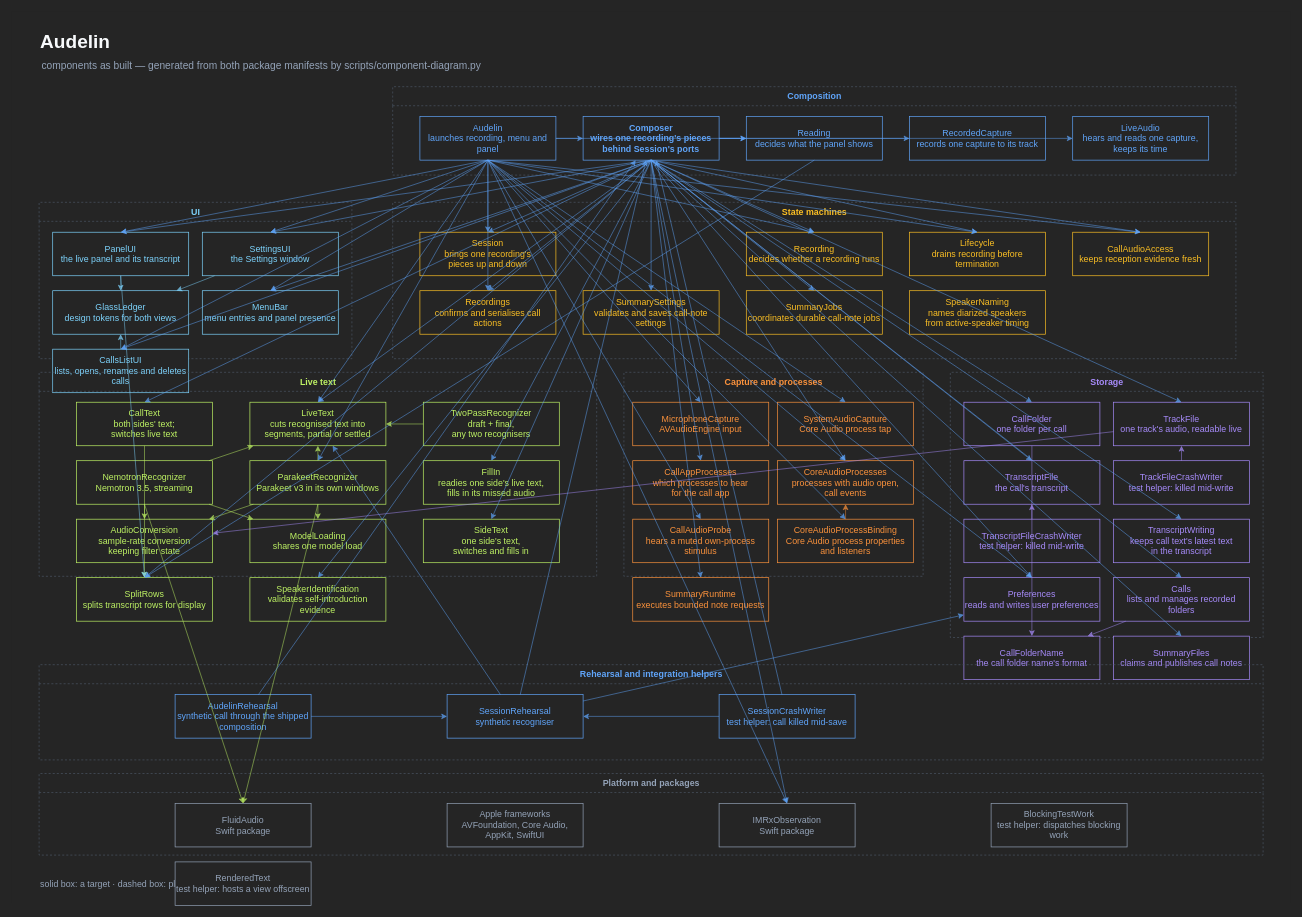
The draw.io diagram audelin/docs/live-text.drawio in igor1309/ai-labs, before the edit. Source tidied: cells renumbered, new cells numbered last; positions are measured from the earlier drawing's top-left corner, leaving out a move shared by most shapes. Both pictures are drawn from the tidied source at 68%, with x=0, y=0 at pixel (12, 12).
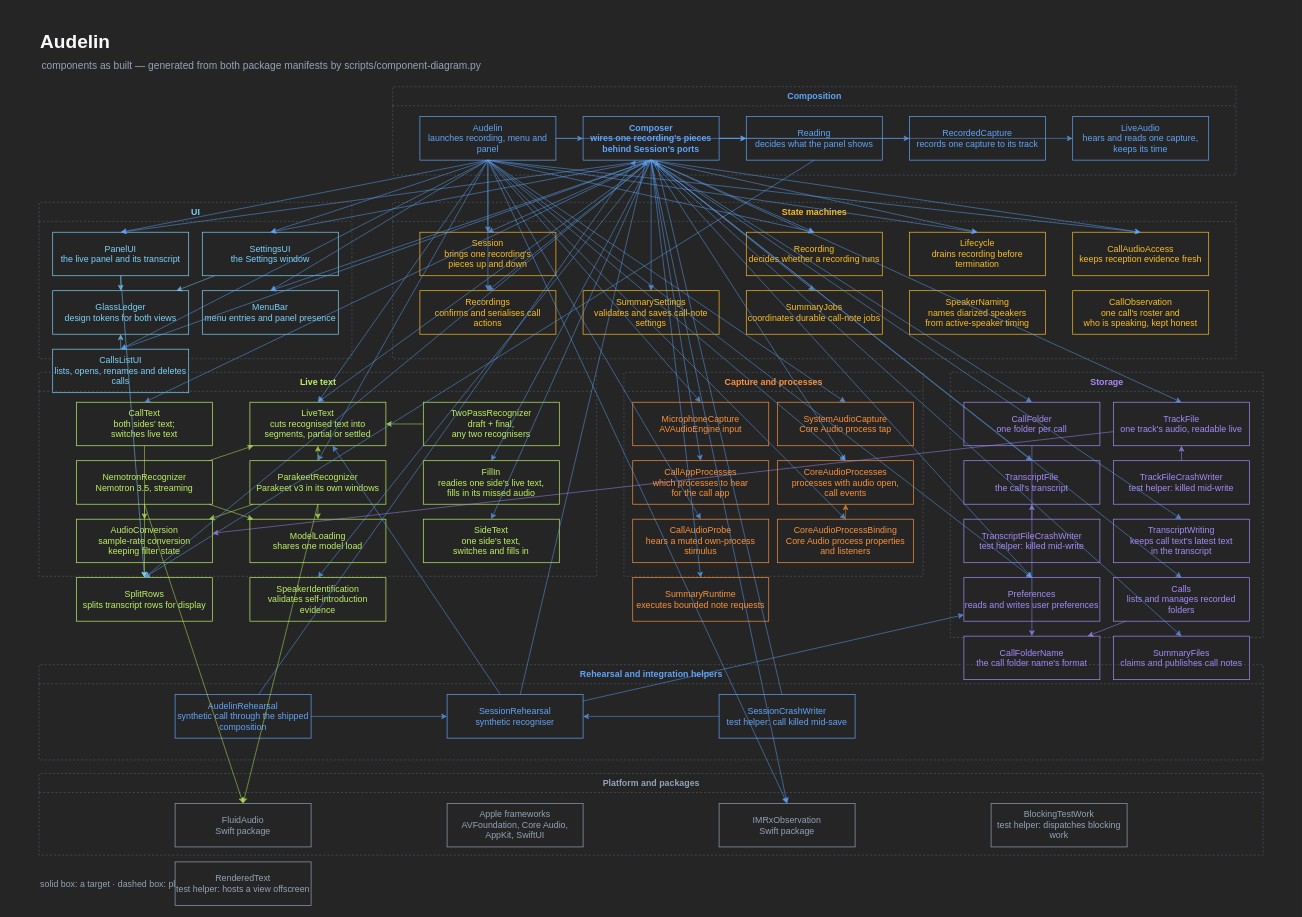
The same diagram, later.

Commit message (it also covers changes not shown here):
audelin: CallObservation keeps one call's roster and speaking intervals honest (LAB-1123)

The change refers to these unchanged cells:
```xml
<mxCell id="8" value="State machines" style="swimlane;startSize=28;rounded=0;html=1;fillColor=none;strokeColor=#4b5563;dashed=1;fontSize=13;fontColor=#fbbf24;" parent="2" vertex="1">
  <mxGeometry x="560" y="280" width="1240" height="230" as="geometry" />
</mxCell>
```

What changed in the source:
```diff
@@
+    <mxCell id="147" value="CallObservation&#10;one call's roster and&#10;who is speaking, kept honest" style="rounded=0;whiteSpace=wrap;html=1;fillColor=#252525;strokeColor=#fbbf24;fontColor=#fbbf24;fontSize=13;" parent="8" vertex="1">
+      <mxGeometry x="1000" y="130" width="200" height="64" as="geometry" />
+    </mxCell>
```
